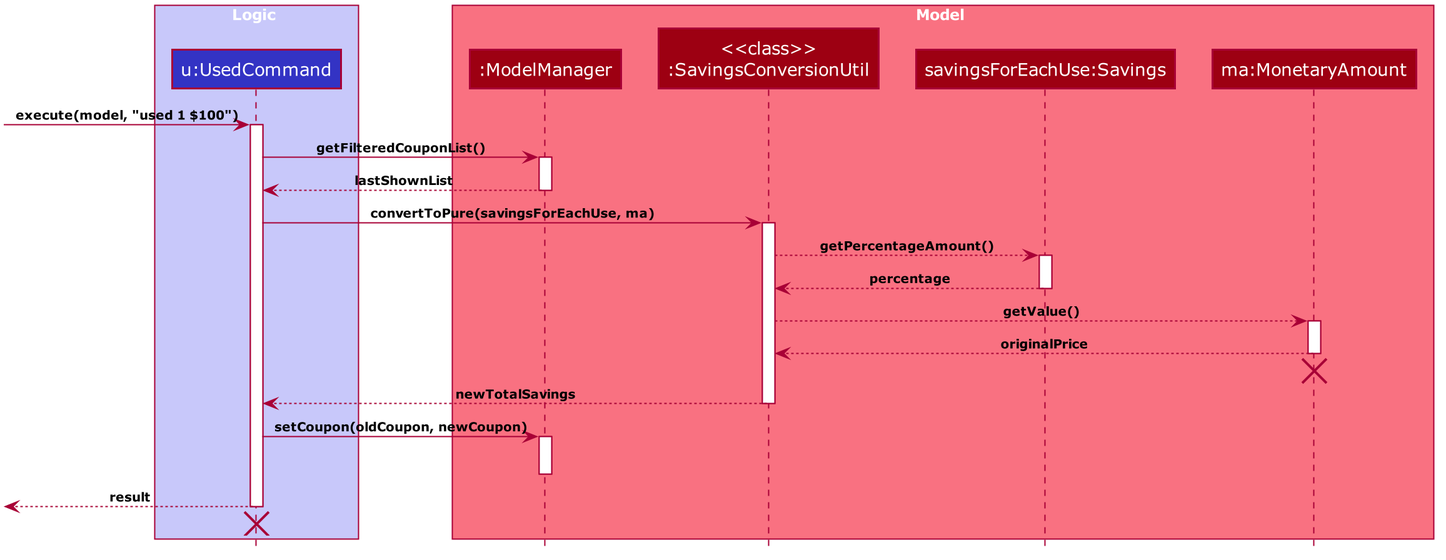
The PlantUML diagram docs/images/UsedExecutionSeqDiagram.png in nus-cs2103-AY1920S2/addressbook-level3, before a commit.
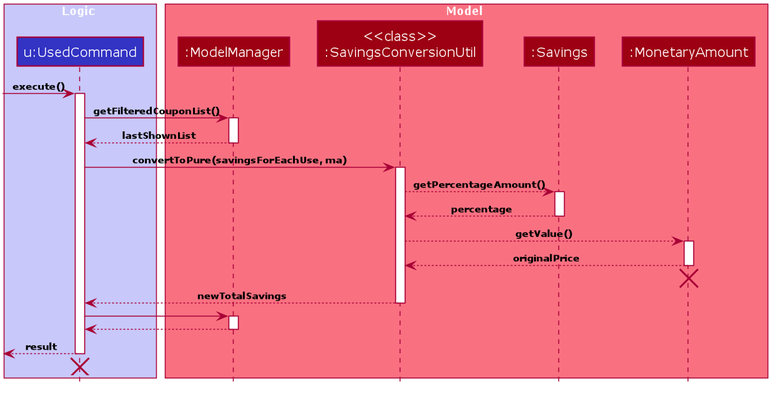
Above is the later version.

Commit message:
UsedCommand image updated, UsedExecution diagram updated

The edit, as a diff of the source:
```diff
@@ -69,11 +69,11 @@
 box Model #F97181
 participant ":ModelManager" as ModelManager #9D0012
 participant "<<class>>\n:SavingsConversionUtil" as SavingsConversionUtil #9D0012
-participant "savingsForEachUse:Savings" as Savings #9D0012
-participant "ma:MonetaryAmount" as MonetaryAmount #9D0012
+participant ":Savings" as Savings #9D0012
+participant ":MonetaryAmount" as MonetaryAmount #9D0012
 end box
 
-[-> UsedCommand : execute(model, "used 1 $100")
+[-> UsedCommand : execute()
 activate UsedCommand
 
 UsedCommand -> ModelManager : getFilteredCouponList()
@@ -102,8 +102,9 @@
 SavingsConversionUtil --> UsedCommand : newTotalSavings
 deactivate SavingsConversionUtil
 
-UsedCommand -> ModelManager : setCoupon(oldCoupon, newCoupon)
+UsedCommand -> ModelManager
 activate ModelManager
+ModelManager --> UsedCommand
 deactivate ModelManager
 
 [<-- UsedCommand : result
```
